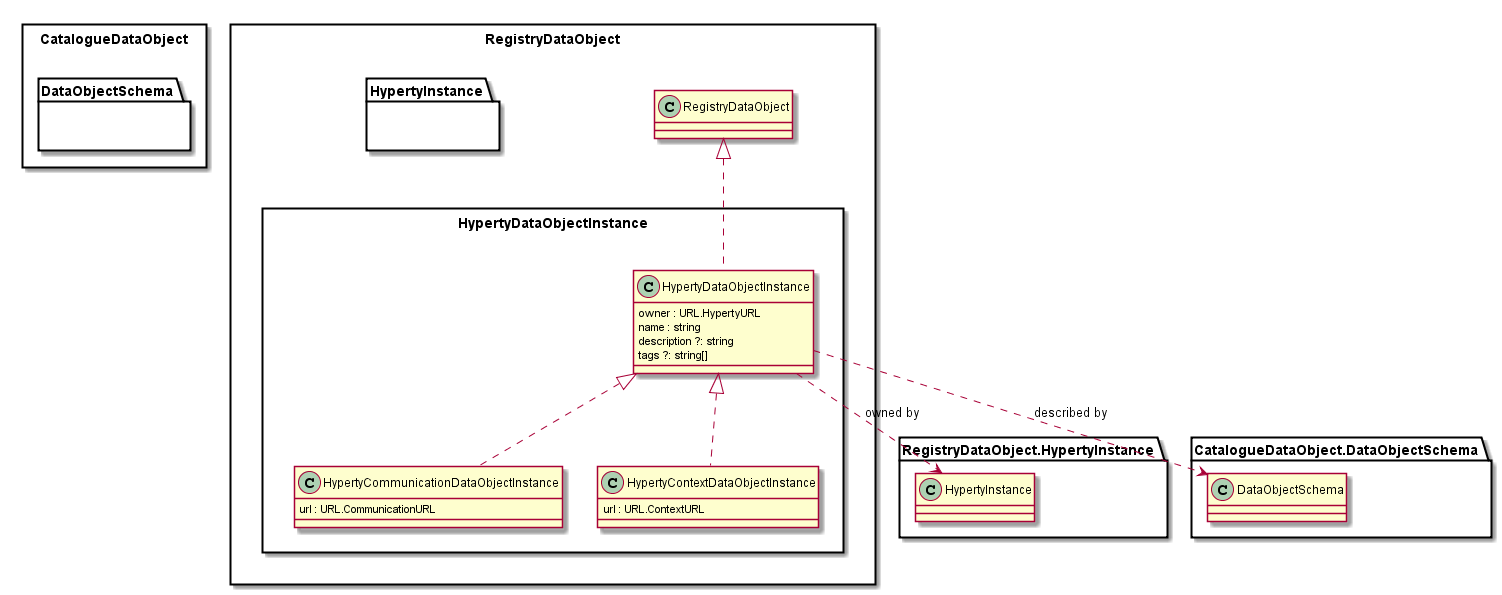
Earlier version of the PlantUML export docs/datamodel/core/hyperty-registry/Hyperty-Data-Object-Instance-Model.png (reTHINK-project/dev-service-framework).
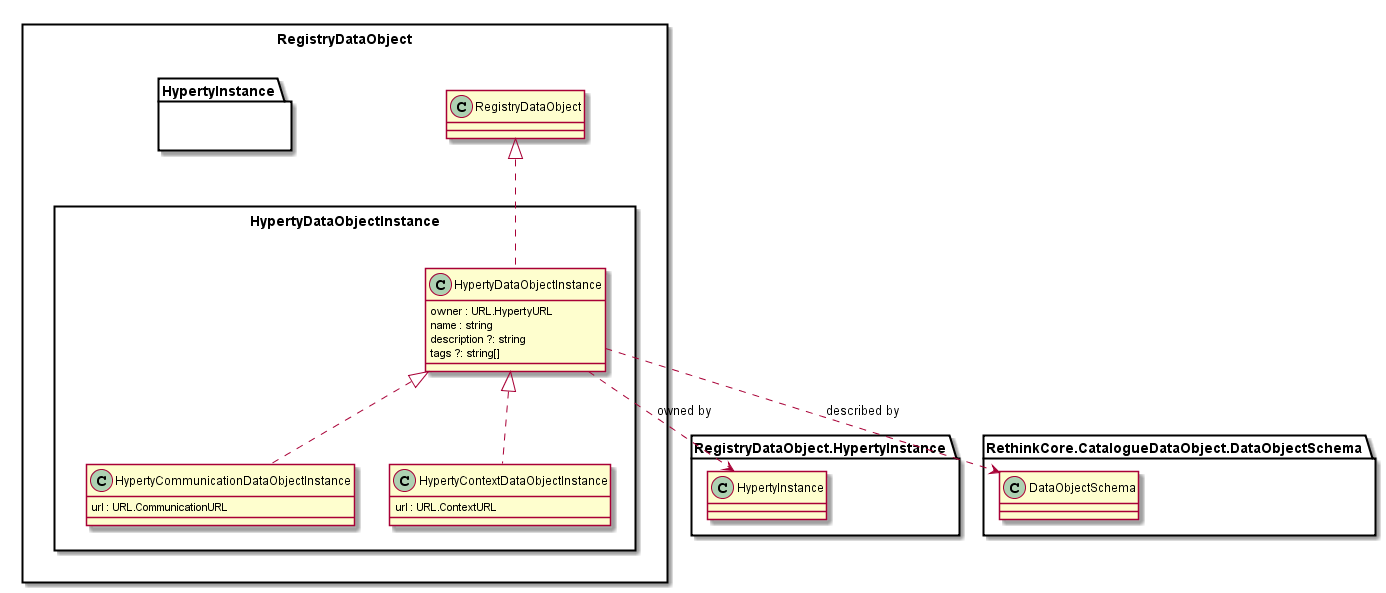
Above is the later version.

Change to the diagram source:
```diff
@@ -1,10 +1,4 @@
 @startuml "../../docs/datamodel/core/hyperty-registry/Hyperty-Data-Object-Instance-Model.png"
-
-package CatalogueDataObject <<Rect>> {
-
-	package DataObjectSchema <<Rect>> {
-	}
-}
 
 package RegistryDataObject <<Rect>> {
 
@@ -27,14 +21,15 @@
 
 		HypertyContextDataObjectInstance .up.|> HypertyDataObjectInstance
 		HypertyCommunicationDataObjectInstance .up.|> HypertyDataObjectInstance
+
+		HypertyDataObjectInstance .up.|> RegistryDataObject.RegistryDataObject
 	}
 
 	package HypertyInstance <<Rect>> {
 	}
 
-	HypertyDataObjectInstance .up.|> RegistryDataObject.RegistryDataObject
 	HypertyDataObjectInstance ..> RegistryDataObject.HypertyInstance.HypertyInstance : owned by
-	HypertyDataObjectInstance ..> CatalogueDataObject.DataObjectSchema.DataObjectSchema : described by
+	HypertyDataObjectInstance ..> RethinkCore.CatalogueDataObject.DataObjectSchema.DataObjectSchema : described by
 }
 
 @enduml
```
